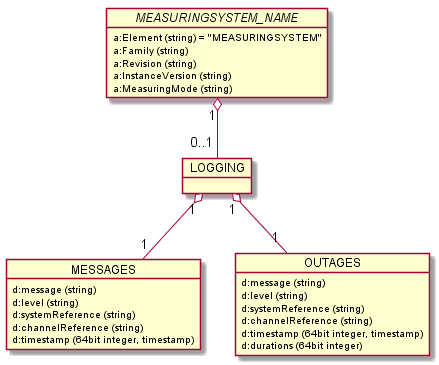
Earlier version of the PlantUML export images/generated/RCM_DX_Logging_overview.png (OpenRailAssociation/rcm-dx).
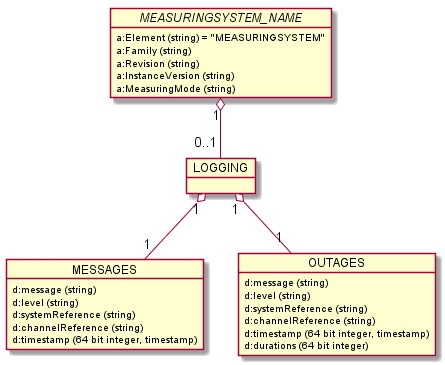
The same diagram one commit later.

Diff of the diagram source:
```diff
@@ -15,7 +15,7 @@
     d:level (string)
     d:systemReference (string)
     d:channelReference (string)
-    d:timestamp (64bit integer, timestamp)
+    d:timestamp (64 bit integer, timestamp)
   }
 
   object OUTAGES {
@@ -23,8 +23,8 @@
     d:level (string)
     d:systemReference (string)
     d:channelReference (string)
-    d:timestamp (64bit integer, timestamp)
-    d:durations (64bit integer)
+    d:timestamp (64 bit integer, timestamp)
+    d:durations (64 bit integer)
   }
 
   measuringsystem_name "1" o-- "0..1" LOGGING
```
